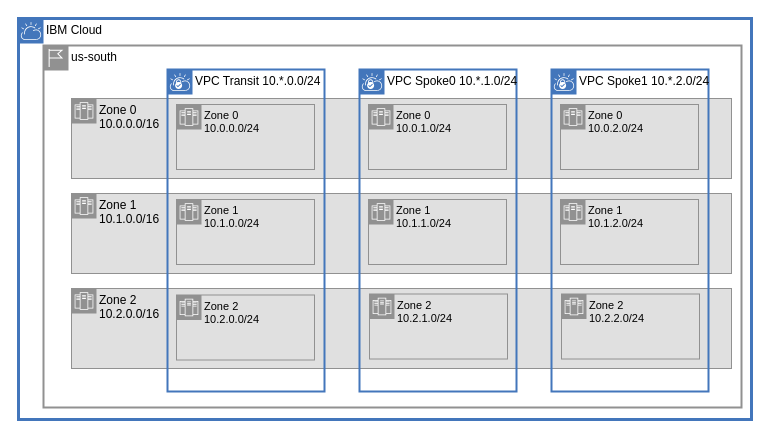
This is page "zones" (5 of 14) of diagrams/vpc-transit.drawio from ibm-cloud-docs/solution-tutorials, a draw.io file, before an edit. Source tidied: cells renumbered, new cells numbered last; positions are measured from the earlier drawing's top-left corner, leaving out a move shared by most shapes. Both pictures are drawn from the tidied source at 100%, with x=0, y=0 at pixel (18, 18).
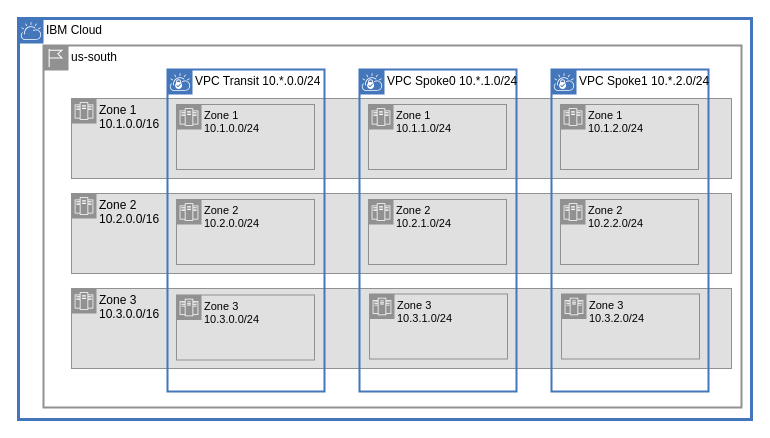
After the change.

Unchanged cells that the change refers to:
```xml
<mxCell id="7" style="group;" parent="1" vertex="1">
  <mxGeometry x="149" y="51" width="157" height="322" as="geometry" />
</mxCell>
<mxCell id="12" style="group;" parent="1" vertex="1">
  <mxGeometry x="341" y="51" width="157" height="322" as="geometry" />
</mxCell>
<mxCell id="17" style="group;" parent="1" vertex="1">
  <mxGeometry x="533" y="51" width="157" height="322" as="geometry" />
</mxCell>
```

The edit, as a diff of the source:
```diff
@@
-    <mxCell id="4" value="Zone 0&lt;br&gt;10.0.0.0/16" style="shape=mxgraph.ibm.box;prType=zone;fontStyle=0;verticalAlign=top;align=left;spacingLeft=32;spacingTop=4;fillColor=#E0E0E0;rounded=0;whiteSpace=wrap;html=1;strokeColor=#919191;strokeWidth=1;dashed=0;spacing=-4;flipV=0;" parent="1" vertex="1">
+    <mxCell id="4" value="Zone 1&lt;br&gt;10.1.0.0/16" style="shape=mxgraph.ibm.box;prType=zone;fontStyle=0;verticalAlign=top;align=left;spacingLeft=32;spacingTop=4;fillColor=#E0E0E0;rounded=0;whiteSpace=wrap;html=1;strokeColor=#919191;strokeWidth=1;dashed=0;spacing=-4;flipV=0;" parent="1" vertex="1">
       <mxGeometry x="53" y="80" width="660" height="80" as="geometry" />
     </mxCell>
-    <mxCell id="5" value="Zone 1&lt;br&gt;10.1.0.0/16" style="shape=mxgraph.ibm.box;prType=zone;fontStyle=0;verticalAlign=top;align=left;spacingLeft=32;spacingTop=4;fillColor=#E0E0E0;rounded=0;whiteSpace=wrap;html=1;strokeColor=#919191;strokeWidth=1;dashed=0;spacing=-4;flipV=0;" parent="1" vertex="1">
+    <mxCell id="5" value="Zone 2&lt;br&gt;10.2.0.0/16" style="shape=mxgraph.ibm.box;prType=zone;fontStyle=0;verticalAlign=top;align=left;spacingLeft=32;spacingTop=4;fillColor=#E0E0E0;rounded=0;whiteSpace=wrap;html=1;strokeColor=#919191;strokeWidth=1;dashed=0;spacing=-4;flipV=0;" parent="1" vertex="1">
       <mxGeometry x="53" y="175" width="660" height="80" as="geometry" />
     </mxCell>
-    <mxCell id="6" value="Zone 2&lt;br&gt;10.2.0.0/16" style="shape=mxgraph.ibm.box;prType=zone;fontStyle=0;verticalAlign=top;align=left;spacingLeft=32;spacingTop=4;fillColor=#E0E0E0;rounded=0;whiteSpace=wrap;html=1;strokeColor=#919191;strokeWidth=1;dashed=0;spacing=-4;flipV=0;" parent="1" vertex="1">
+    <mxCell id="6" value="Zone 3&lt;br&gt;10.3.0.0/16" style="shape=mxgraph.ibm.box;prType=zone;fontStyle=0;verticalAlign=top;align=left;spacingLeft=32;spacingTop=4;fillColor=#E0E0E0;rounded=0;whiteSpace=wrap;html=1;strokeColor=#919191;strokeWidth=1;dashed=0;spacing=-4;flipV=0;" parent="1" vertex="1">
       <mxGeometry x="53" y="270" width="660" height="80" as="geometry" />
     </mxCell>
@@
-    <mxCell id="9" value="Zone 0&lt;br&gt;10.0.0.0/24" style="shape=mxgraph.ibm.box;prType=zone;fontStyle=0;verticalAlign=top;align=left;spacingLeft=32;spacingTop=4;fillColor=#E0E0E0;rounded=0;whiteSpace=wrap;html=1;strokeColor=#919191;strokeWidth=1;dashed=0;spacing=-4;fontFamily=Helvetica;fontSize=11;fontColor=default;" parent="7" vertex="1">
+    <mxCell id="9" value="Zone 1&lt;br&gt;10.1.0.0/24" style="shape=mxgraph.ibm.box;prType=zone;fontStyle=0;verticalAlign=top;align=left;spacingLeft=32;spacingTop=4;fillColor=#E0E0E0;rounded=0;whiteSpace=wrap;html=1;strokeColor=#919191;strokeWidth=1;dashed=0;spacing=-4;fontFamily=Helvetica;fontSize=11;fontColor=default;" parent="7" vertex="1">
       <mxGeometry x="9" y="35" width="138" height="65" as="geometry" />
     </mxCell>
-    <mxCell id="10" value="Zone 1&lt;br&gt;10.1.0.0/24" style="shape=mxgraph.ibm.box;prType=zone;fontStyle=0;verticalAlign=top;align=left;spacingLeft=32;spacingTop=4;fillColor=#E0E0E0;rounded=0;whiteSpace=wrap;html=1;strokeColor=#919191;strokeWidth=1;dashed=0;spacing=-4;fontFamily=Helvetica;fontSize=11;fontColor=default;" parent="7" vertex="1">
+    <mxCell id="10" value="Zone 2&lt;br&gt;10.2.0.0/24" style="shape=mxgraph.ibm.box;prType=zone;fontStyle=0;verticalAlign=top;align=left;spacingLeft=32;spacingTop=4;fillColor=#E0E0E0;rounded=0;whiteSpace=wrap;html=1;strokeColor=#919191;strokeWidth=1;dashed=0;spacing=-4;fontFamily=Helvetica;fontSize=11;fontColor=default;" parent="7" vertex="1">
       <mxGeometry x="9" y="130" width="138" height="65" as="geometry" />
     </mxCell>
-    <mxCell id="11" value="Zone 2&lt;br&gt;10.2.0.0/24" style="shape=mxgraph.ibm.box;prType=zone;fontStyle=0;verticalAlign=top;align=left;spacingLeft=32;spacingTop=4;fillColor=#E0E0E0;rounded=0;whiteSpace=wrap;html=1;strokeColor=#919191;strokeWidth=1;dashed=0;spacing=-4;fontFamily=Helvetica;fontSize=11;fontColor=default;" parent="7" vertex="1">
+    <mxCell id="11" value="Zone 3&lt;br&gt;10.3.0.0/24" style="shape=mxgraph.ibm.box;prType=zone;fontStyle=0;verticalAlign=top;align=left;spacingLeft=32;spacingTop=4;fillColor=#E0E0E0;rounded=0;whiteSpace=wrap;html=1;strokeColor=#919191;strokeWidth=1;dashed=0;spacing=-4;fontFamily=Helvetica;fontSize=11;fontColor=default;" parent="7" vertex="1">
       <mxGeometry x="9" y="225.5" width="138" height="65" as="geometry" />
     </mxCell>
@@
-    <mxCell id="14" value="Zone 0&lt;br&gt;10.0.1.0/24" style="shape=mxgraph.ibm.box;prType=zone;fontStyle=0;verticalAlign=top;align=left;spacingLeft=32;spacingTop=4;fillColor=#E0E0E0;rounded=0;whiteSpace=wrap;html=1;strokeColor=#919191;strokeWidth=1;dashed=0;spacing=-4;fontFamily=Helvetica;fontSize=11;fontColor=default;" parent="12" vertex="1">
+    <mxCell id="14" value="Zone 1&lt;br&gt;10.1.1.0/24" style="shape=mxgraph.ibm.box;prType=zone;fontStyle=0;verticalAlign=top;align=left;spacingLeft=32;spacingTop=4;fillColor=#E0E0E0;rounded=0;whiteSpace=wrap;html=1;strokeColor=#919191;strokeWidth=1;dashed=0;spacing=-4;fontFamily=Helvetica;fontSize=11;fontColor=default;" parent="12" vertex="1">
       <mxGeometry x="9" y="35" width="138" height="65" as="geometry" />
     </mxCell>
-    <mxCell id="15" value="Zone 1&lt;br&gt;10.1.1.0/24" style="shape=mxgraph.ibm.box;prType=zone;fontStyle=0;verticalAlign=top;align=left;spacingLeft=32;spacingTop=4;fillColor=#E0E0E0;rounded=0;whiteSpace=wrap;html=1;strokeColor=#919191;strokeWidth=1;dashed=0;spacing=-4;fontFamily=Helvetica;fontSize=11;fontColor=default;" parent="12" vertex="1">
+    <mxCell id="15" value="Zone 2&lt;br&gt;10.2.1.0/24" style="shape=mxgraph.ibm.box;prType=zone;fontStyle=0;verticalAlign=top;align=left;spacingLeft=32;spacingTop=4;fillColor=#E0E0E0;rounded=0;whiteSpace=wrap;html=1;strokeColor=#919191;strokeWidth=1;dashed=0;spacing=-4;fontFamily=Helvetica;fontSize=11;fontColor=default;" parent="12" vertex="1">
       <mxGeometry x="9" y="130" width="138" height="65" as="geometry" />
     </mxCell>
-    <mxCell id="16" value="Zone 2&lt;br&gt;10.2.1.0/24" style="shape=mxgraph.ibm.box;prType=zone;fontStyle=0;verticalAlign=top;align=left;spacingLeft=32;spacingTop=4;fillColor=#E0E0E0;rounded=0;whiteSpace=wrap;html=1;strokeColor=#919191;strokeWidth=1;dashed=0;spacing=-4;fontFamily=Helvetica;fontSize=11;fontColor=default;" parent="12" vertex="1">
+    <mxCell id="16" value="Zone 3&lt;br&gt;10.3.1.0/24" style="shape=mxgraph.ibm.box;prType=zone;fontStyle=0;verticalAlign=top;align=left;spacingLeft=32;spacingTop=4;fillColor=#E0E0E0;rounded=0;whiteSpace=wrap;html=1;strokeColor=#919191;strokeWidth=1;dashed=0;spacing=-4;fontFamily=Helvetica;fontSize=11;fontColor=default;" parent="12" vertex="1">
       <mxGeometry x="10" y="224.5" width="138" height="65" as="geometry" />
     </mxCell>
@@
-    <mxCell id="19" value="Zone 0&lt;br&gt;10.0.2.0/24" style="shape=mxgraph.ibm.box;prType=zone;fontStyle=0;verticalAlign=top;align=left;spacingLeft=32;spacingTop=4;fillColor=#E0E0E0;rounded=0;whiteSpace=wrap;html=1;strokeColor=#919191;strokeWidth=1;dashed=0;spacing=-4;fontFamily=Helvetica;fontSize=11;fontColor=default;" parent="17" vertex="1">
+    <mxCell id="19" value="Zone 1&lt;br&gt;10.1.2.0/24" style="shape=mxgraph.ibm.box;prType=zone;fontStyle=0;verticalAlign=top;align=left;spacingLeft=32;spacingTop=4;fillColor=#E0E0E0;rounded=0;whiteSpace=wrap;html=1;strokeColor=#919191;strokeWidth=1;dashed=0;spacing=-4;fontFamily=Helvetica;fontSize=11;fontColor=default;" parent="17" vertex="1">
       <mxGeometry x="9" y="35" width="138" height="65" as="geometry" />
     </mxCell>
-    <mxCell id="20" value="Zone 1&lt;br&gt;10.1.2.0/24" style="shape=mxgraph.ibm.box;prType=zone;fontStyle=0;verticalAlign=top;align=left;spacingLeft=32;spacingTop=4;fillColor=#E0E0E0;rounded=0;whiteSpace=wrap;html=1;strokeColor=#919191;strokeWidth=1;dashed=0;spacing=-4;fontFamily=Helvetica;fontSize=11;fontColor=default;" parent="17" vertex="1">
+    <mxCell id="20" value="Zone 2&lt;br&gt;10.2.2.0/24" style="shape=mxgraph.ibm.box;prType=zone;fontStyle=0;verticalAlign=top;align=left;spacingLeft=32;spacingTop=4;fillColor=#E0E0E0;rounded=0;whiteSpace=wrap;html=1;strokeColor=#919191;strokeWidth=1;dashed=0;spacing=-4;fontFamily=Helvetica;fontSize=11;fontColor=default;" parent="17" vertex="1">
       <mxGeometry x="9" y="130" width="138" height="65" as="geometry" />
     </mxCell>
-    <mxCell id="21" value="Zone 2&lt;br&gt;10.2.2.0/24" style="shape=mxgraph.ibm.box;prType=zone;fontStyle=0;verticalAlign=top;align=left;spacingLeft=32;spacingTop=4;fillColor=#E0E0E0;rounded=0;whiteSpace=wrap;html=1;strokeColor=#919191;strokeWidth=1;dashed=0;spacing=-4;fontFamily=Helvetica;fontSize=11;fontColor=default;" parent="17" vertex="1">
+    <mxCell id="21" value="Zone 3&lt;br&gt;10.3.2.0/24" style="shape=mxgraph.ibm.box;prType=zone;fontStyle=0;verticalAlign=top;align=left;spacingLeft=32;spacingTop=4;fillColor=#E0E0E0;rounded=0;whiteSpace=wrap;html=1;strokeColor=#919191;strokeWidth=1;dashed=0;spacing=-4;fontFamily=Helvetica;fontSize=11;fontColor=default;" parent="17" vertex="1">
       <mxGeometry x="10" y="224.5" width="138" height="65" as="geometry" />
     </mxCell>
```
